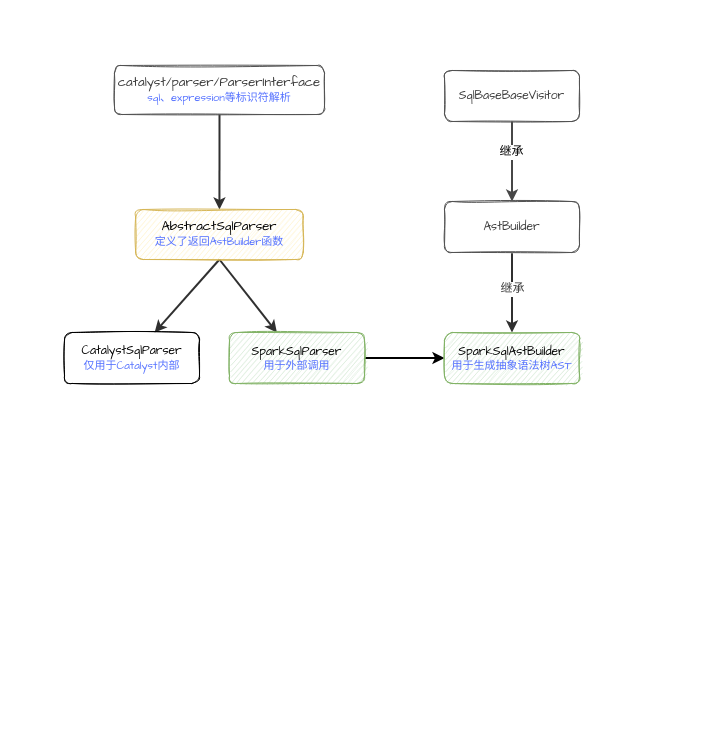
The draw.io diagram sql/pngs/step1.drawio in kirito1015/spark_source.sql, before the edit. Source tidied: cells renumbered, new cells numbered last; positions are measured from the earlier drawing's top-left corner, leaving out a move shared by most shapes. Both pictures are drawn from the tidied source at 100%, with x=0, y=0 at pixel (64, 65).
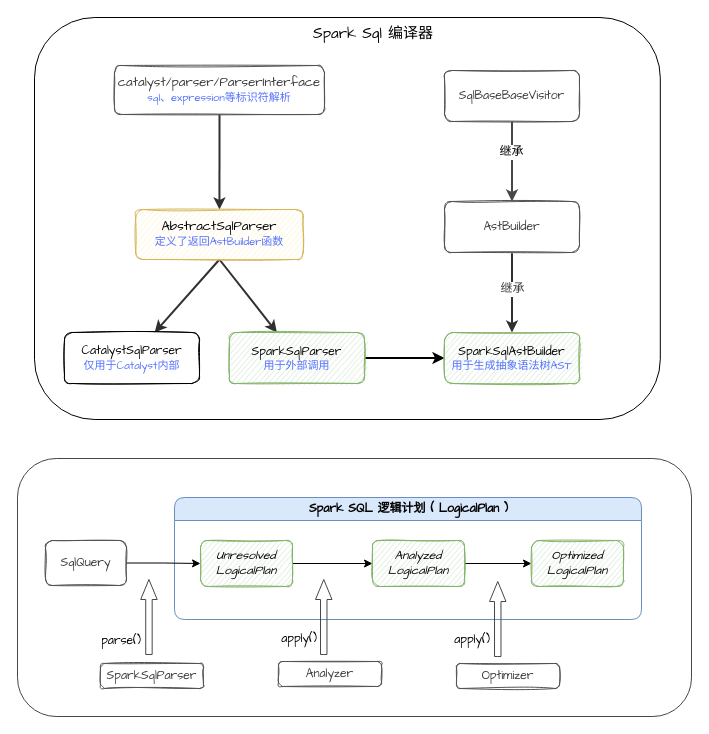
Above is the later version.

Diff of the diagram source:
```diff
@@
+    <mxCell id="17" style="rounded=1;whiteSpace=wrap;html=1;shadow=0;labelBackgroundColor=none;sketch=0;fontFamily=Comic Sans MS;fontSize=12;fontColor=default;strokeColor=#474747;fillColor=none;" parent="1" vertex="1">
+      <mxGeometry x="-47" y="393" width="674" height="258" as="geometry" />
+    </mxCell>
+    <mxCell id="18" style="rounded=1;whiteSpace=wrap;html=1;shadow=0;labelBackgroundColor=none;sketch=0;fontFamily=Comic Sans MS;fontSize=12;fillColor=none;" parent="1" vertex="1">
+      <mxGeometry x="-30" y="-48" width="625.8" height="402" as="geometry" />
+    </mxCell>
+    <mxCell id="19" value="Spark SQL 逻辑计划 ( LogicalPlan )" style="swimlane;rounded=1;labelBackgroundColor=none;sketch=0;fontFamily=Comic Sans MS;fontSize=12;strokeColor=#6c8ebf;fillColor=#dae8fc;html=1;swimlaneLine=1;shadow=0;horizontal=1;" parent="1" vertex="1">
+      <mxGeometry x="110" y="432" width="467" height="122" as="geometry" />
+    </mxCell>
+    <mxCell id="20" style="html=1;shadow=0;dashed=0;align=center;verticalAlign=middle;shape=mxgraph.arrows2.arrow;dy=0.61;dx=20;direction=north;notch=0;rounded=1;labelBackgroundColor=none;sketch=0;fontFamily=Comic Sans MS;fontSize=12;fontColor=default;strokeColor=#474747;fillColor=none;" parent="19" vertex="1">
+      <mxGeometry x="141" y="82" width="16.5" height="75" as="geometry" />
+    </mxCell>
+    <mxCell id="21" style="html=1;shadow=0;dashed=0;align=center;verticalAlign=middle;shape=mxgraph.arrows2.arrow;dy=0.61;dx=20;direction=north;notch=0;rounded=1;labelBackgroundColor=none;sketch=0;fontFamily=Comic Sans MS;fontSize=12;fontColor=default;strokeColor=#474747;fillColor=none;" parent="19" vertex="1">
+      <mxGeometry x="315" y="84" width="16.5" height="75" as="geometry" />
+    </mxCell>
@@
+    <mxCell id="22" value="Spark Sql 编译器" style="text;html=1;strokeColor=none;fillColor=none;align=center;verticalAlign=middle;whiteSpace=wrap;rounded=0;fontFamily=Comic Sans MS;fontSize=15;" parent="1" vertex="1">
+      <mxGeometry x="231" y="-48" width="156" height="31" as="geometry" />
+    </mxCell>
+    <mxCell id="23" style="edgeStyle=orthogonalEdgeStyle;rounded=0;jettySize=auto;html=1;fontFamily=Comic Sans MS;fontSize=12;fontColor=default;" parent="1" edge="1" source="24" target="28">
+      <mxGeometry relative="1" as="geometry" />
+    </mxCell>
+    <mxCell id="24" value="Unresolved&lt;br&gt;LogicalPlan" style="rounded=1;whiteSpace=wrap;html=1;labelBackgroundColor=none;sketch=1;fontFamily=Comic Sans MS;fontSize=12;fontColor=default;strokeColor=#82b366;fillColor=#d5e8d4;fontStyle=2;" parent="1" vertex="1">
+      <mxGeometry x="136" y="475" width="92" height="46" as="geometry" />
+    </mxCell>
+    <mxCell id="25" style="edgeStyle=orthogonalEdgeStyle;rounded=0;jettySize=auto;html=1;fontFamily=Comic Sans MS;fontSize=12;fontColor=default;" parent="1" edge="1" source="26" target="24">
+      <mxGeometry relative="1" as="geometry" />
+    </mxCell>
+    <mxCell id="26" value="&lt;div&gt;&lt;font style=&quot;font-size: 12px&quot;&gt;SqlQuery&lt;/font&gt;&lt;/div&gt;" style="rounded=1;whiteSpace=wrap;html=1;fontFamily=Comic Sans MS;fontColor=#3B3B3B;labelBackgroundColor=none;sketch=1;strokeColor=#525252;" parent="1" vertex="1">
+      <mxGeometry x="-19" y="475" width="81" height="45" as="geometry" />
+    </mxCell>
+    <mxCell id="27" style="edgeStyle=orthogonalEdgeStyle;rounded=0;jettySize=auto;html=1;fontFamily=Comic Sans MS;fontSize=12;fontColor=default;" parent="1" edge="1" source="28" target="29">
+      <mxGeometry relative="1" as="geometry" />
+    </mxCell>
+    <mxCell id="28" value="Analyzed&lt;br&gt;LogicalPlan" style="rounded=1;whiteSpace=wrap;html=1;labelBackgroundColor=none;sketch=1;fontFamily=Comic Sans MS;fontSize=12;fontColor=default;strokeColor=#82b366;fillColor=#d5e8d4;fontStyle=2;" parent="1" vertex="1">
+      <mxGeometry x="308" y="475" width="92" height="46" as="geometry" />
+    </mxCell>
+    <mxCell id="29" value="Optimized&lt;br&gt;LogicalPlan" style="rounded=1;whiteSpace=wrap;html=1;labelBackgroundColor=none;sketch=1;fontFamily=Comic Sans MS;fontSize=12;fontColor=default;strokeColor=#82b366;fillColor=#d5e8d4;fontStyle=2;" parent="1" vertex="1">
+      <mxGeometry x="467" y="475" width="92" height="46" as="geometry" />
+    </mxCell>
+    <mxCell id="30" value="SparkSqlParser" style="rounded=1;whiteSpace=wrap;html=1;fontFamily=Comic Sans MS;fontColor=#3B3B3B;labelBackgroundColor=none;sketch=1;strokeColor=#525252;" parent="1" vertex="1">
+      <mxGeometry x="36" y="598" width="103" height="25" as="geometry" />
+    </mxCell>
+    <mxCell id="31" style="html=1;shadow=0;dashed=0;align=center;verticalAlign=middle;shape=mxgraph.arrows2.arrow;dy=0.61;dx=20;direction=north;notch=0;rounded=1;labelBackgroundColor=none;sketch=0;fontFamily=Comic Sans MS;fontSize=12;fontColor=default;strokeColor=#474747;fillColor=none;" parent="1" vertex="1">
+      <mxGeometry x="76.2" y="514" width="16.5" height="75" as="geometry" />
+    </mxCell>
+    <mxCell id="32" value="Analyzer" style="rounded=1;whiteSpace=wrap;html=1;fontFamily=Comic Sans MS;fontColor=#3B3B3B;labelBackgroundColor=none;sketch=1;strokeColor=#525252;" parent="1" vertex="1">
+      <mxGeometry x="214" y="596" width="103" height="25" as="geometry" />
+    </mxCell>
+    <mxCell id="33" value="Optimizer" style="rounded=1;whiteSpace=wrap;html=1;fontFamily=Comic Sans MS;fontColor=#3B3B3B;labelBackgroundColor=none;sketch=1;strokeColor=#525252;" parent="1" vertex="1">
+      <mxGeometry x="392" y="598" width="103" height="25" as="geometry" />
+    </mxCell>
+    <mxCell id="34" value="parse()" style="text;html=1;strokeColor=none;fillColor=none;align=center;verticalAlign=middle;whiteSpace=wrap;rounded=0;shadow=0;labelBackgroundColor=none;sketch=0;fontFamily=Comic Sans MS;fontSize=12;fontColor=default;" parent="1" vertex="1">
+      <mxGeometry x="27" y="561" width="60" height="30" as="geometry" />
+    </mxCell>
+    <mxCell id="35" value="apply()" style="text;html=1;strokeColor=none;fillColor=none;align=center;verticalAlign=middle;whiteSpace=wrap;rounded=0;shadow=0;labelBackgroundColor=none;sketch=0;fontFamily=Comic Sans MS;fontSize=12;fontColor=default;" parent="1" vertex="1">
+      <mxGeometry x="205" y="559" width="60" height="30" as="geometry" />
+    </mxCell>
+    <mxCell id="36" value="apply()" style="text;html=1;strokeColor=none;fillColor=none;align=center;verticalAlign=middle;whiteSpace=wrap;rounded=0;shadow=0;labelBackgroundColor=none;sketch=0;fontFamily=Comic Sans MS;fontSize=12;fontColor=default;" parent="1" vertex="1">
+      <mxGeometry x="378" y="560" width="60" height="30" as="geometry" />
+    </mxCell>
```
